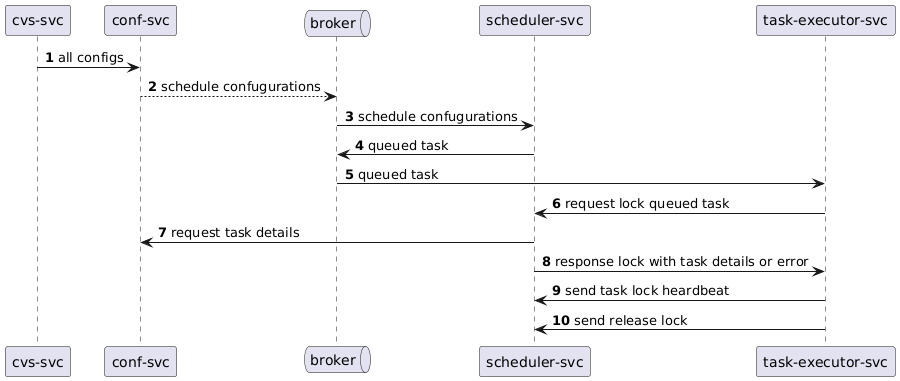
zaytsevdmitry/lakehouse keeps this PlantUML diagram as doc/system_design/services-sequence.png. Above is the earlier version. Source of this version:
```plantuml
@startuml
autonumber

"cvs-svc" -> "conf-svc" : all configs
queue broker as broker
"conf-svc" --> broker : schedule confugurations
broker -> "scheduler-svc" : schedule confugurations
"scheduler-svc" -> broker : queued task
broker -> "task-executor-svc" : queued task
"task-executor-svc" -> "scheduler-svc" : request lock queued task
"scheduler-svc" -> "conf-svc" : request task details
"scheduler-svc" -> "task-executor-svc" : response lock with task details or error
"task-executor-svc" -> "scheduler-svc" : send task lock heardbeat
"task-executor-svc" -> "scheduler-svc" : send release lock
@enduml
```
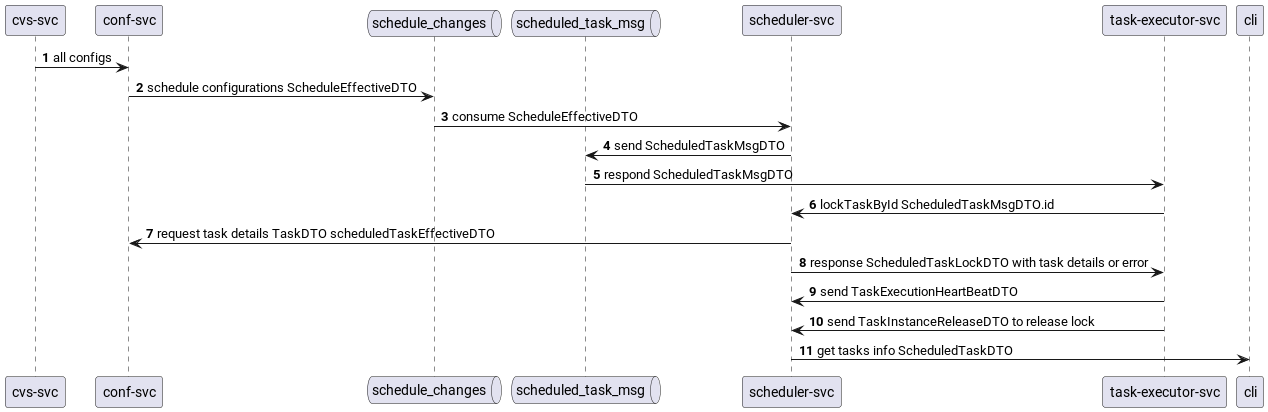
After the commit.

Change to the diagram source:
```diff
@@ -2,14 +2,17 @@
 autonumber
 
 "cvs-svc" -> "conf-svc" : all configs
-queue broker as broker
-"conf-svc" --> broker : schedule confugurations
-broker -> "scheduler-svc" : schedule confugurations
-"scheduler-svc" -> broker : queued task
-broker -> "task-executor-svc" : queued task
-"task-executor-svc" -> "scheduler-svc" : request lock queued task
-"scheduler-svc" -> "conf-svc" : request task details
-"scheduler-svc" -> "task-executor-svc" : response lock with task details or error
-"task-executor-svc" -> "scheduler-svc" : send task lock heardbeat
-"task-executor-svc" -> "scheduler-svc" : send release lock
+queue schedule_changes
+queue scheduled_task_msg
+"conf-svc" -> schedule_changes : schedule configurations ScheduleEffectiveDTO
+schedule_changes -> "scheduler-svc" : consume ScheduleEffectiveDTO
+
+"scheduler-svc" -> scheduled_task_msg : send ScheduledTaskMsgDTO
+scheduled_task_msg -> "task-executor-svc" : respond ScheduledTaskMsgDTO
+"task-executor-svc" -> "scheduler-svc" : lockTaskById ScheduledTaskMsgDTO.id
+"scheduler-svc" -> "conf-svc" : request task details TaskDTO scheduledTaskEffectiveDTO
+"scheduler-svc" -> "task-executor-svc" : response ScheduledTaskLockDTO with task details or error
+"task-executor-svc" -> "scheduler-svc" : send TaskExecutionHeartBeatDTO
+"task-executor-svc" -> "scheduler-svc" : send TaskInstanceReleaseDTO to release lock
+"cli" <- "scheduler-svc" : get tasks info ScheduledTaskDTO
 @enduml
```
